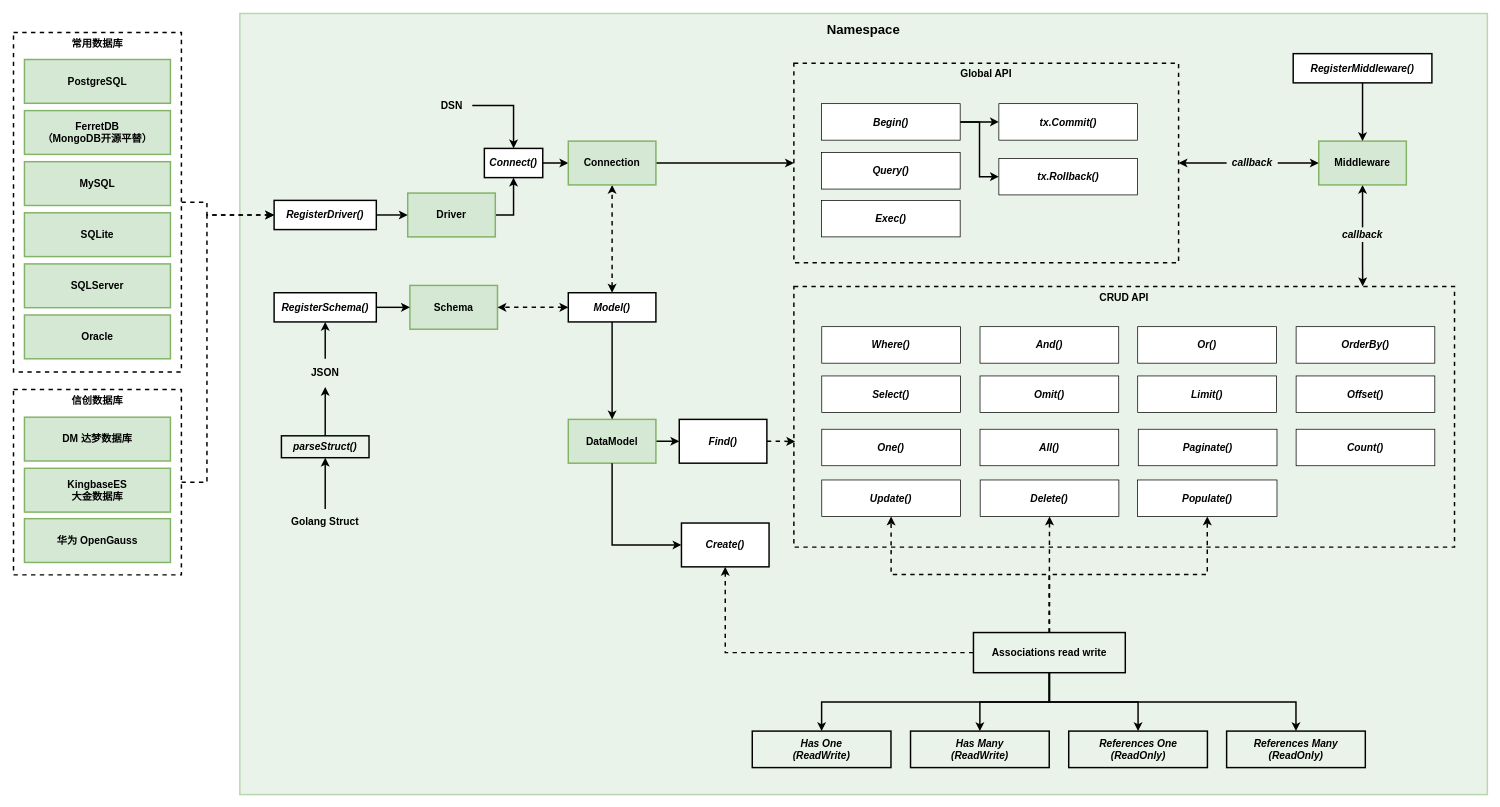
Before: assets/architecture.drawio in iamdanielyin/dba, a draw.io diagram. Source tidied: cells renumbered, new cells numbered last; positions are measured from the earlier drawing's top-left corner, leaving out a move shared by most shapes. Both pictures are drawn from the tidied source at 73%, with x=0, y=0 at pixel (13, 13).
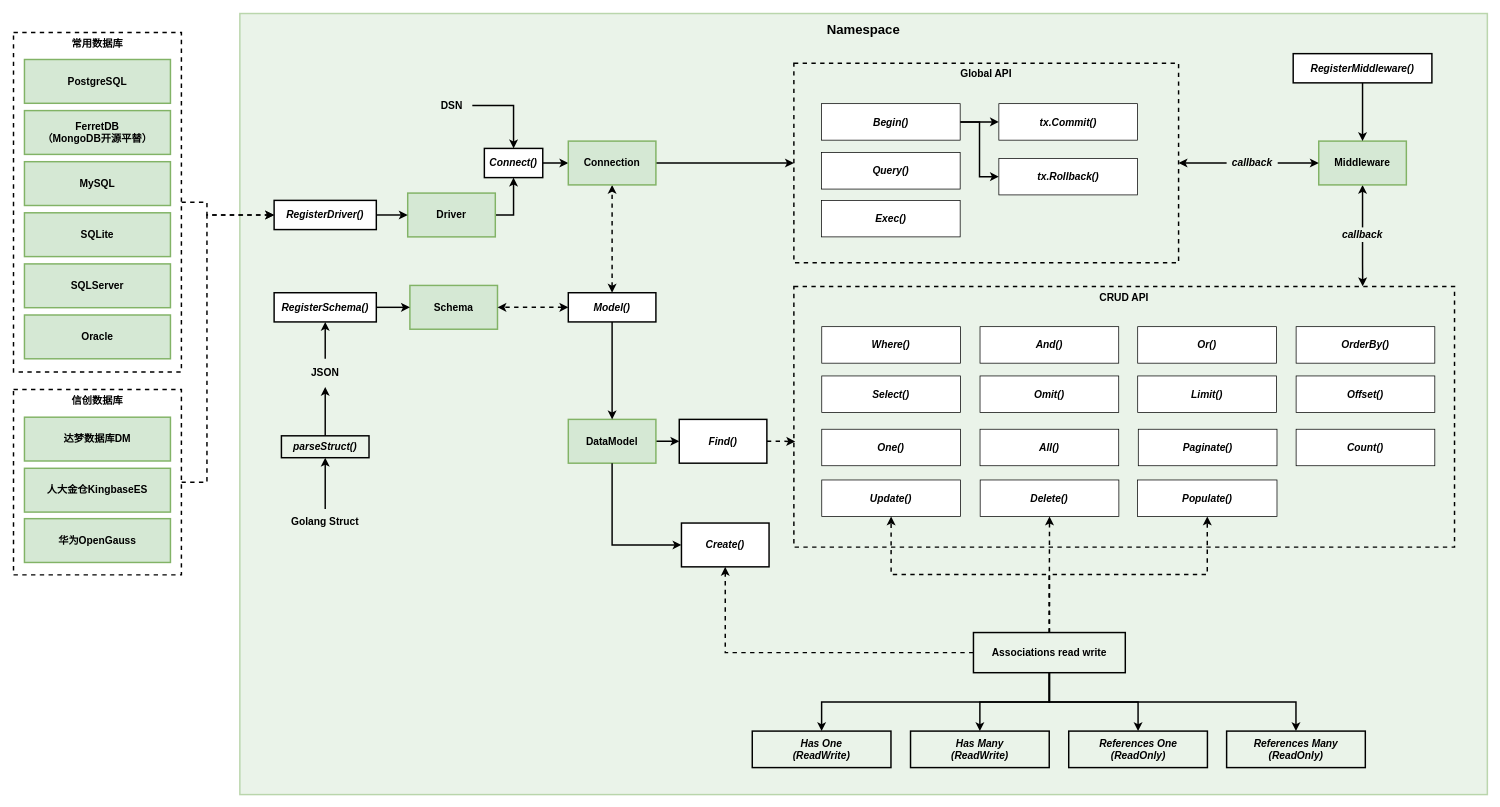
The same diagram, later.

Commit message (it also covers changes not shown here):
chore: 更新架构图

What changed in the source:
```diff
@@
-    <mxCell id="77" value="DM 达梦数据库" style="rounded=0;whiteSpace=wrap;html=1;fontStyle=1;fillColor=#d5e8d4;strokeColor=#82b366;fillStyle=solid;fontSize=14;fontFamily=Helvetica;strokeWidth=2;" parent="1" vertex="1">
+    <mxCell id="77" value="达梦数据库DM" style="rounded=0;whiteSpace=wrap;html=1;fontStyle=1;fillColor=#d5e8d4;strokeColor=#82b366;fillStyle=solid;fontSize=14;fontFamily=Helvetica;strokeWidth=2;" parent="1" vertex="1">
       <mxGeometry x="15" y="553" width="200" height="60" as="geometry" />
     </mxCell>
-    <mxCell id="78" value="KingbaseES&lt;br style=&quot;font-size: 14px;&quot;&gt;大金数据库" style="rounded=0;whiteSpace=wrap;html=1;fontStyle=1;fillColor=#d5e8d4;strokeColor=#82b366;fillStyle=solid;fontSize=14;fontFamily=Helvetica;strokeWidth=2;" parent="1" vertex="1">
+    <mxCell id="78" value="人大金仓KingbaseES" style="rounded=0;whiteSpace=wrap;html=1;fontStyle=1;fillColor=#d5e8d4;strokeColor=#82b366;fillStyle=solid;fontSize=14;fontFamily=Helvetica;strokeWidth=2;" parent="1" vertex="1">
       <mxGeometry x="15" y="623" width="200" height="60" as="geometry" />
     </mxCell>
-    <mxCell id="79" value="华为 OpenGauss" style="rounded=0;whiteSpace=wrap;html=1;fontStyle=1;fillColor=#d5e8d4;strokeColor=#82b366;fillStyle=solid;fontSize=14;fontFamily=Helvetica;strokeWidth=2;" parent="1" vertex="1">
+    <mxCell id="79" value="华为OpenGauss" style="rounded=0;whiteSpace=wrap;html=1;fontStyle=1;fillColor=#d5e8d4;strokeColor=#82b366;fillStyle=solid;fontSize=14;fontFamily=Helvetica;strokeWidth=2;" parent="1" vertex="1">
       <mxGeometry x="15" y="692" width="200" height="60" as="geometry" />
     </mxCell>
```
